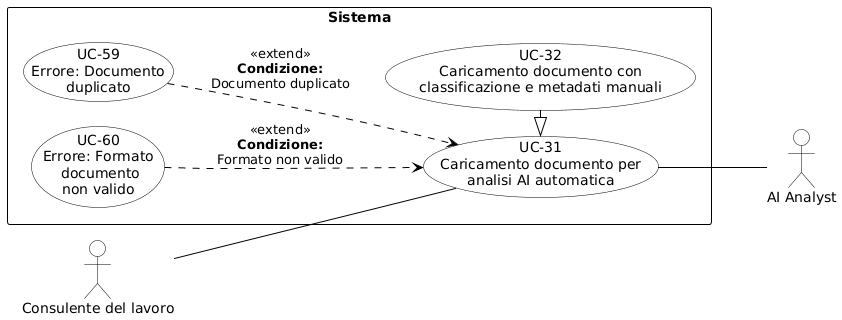
Before: RTB/Analisi dei Requisiti/diagrammi_use_case/UC-31.png, a diagram exported from PlantUML (aLittleByte-19/Documentazione).
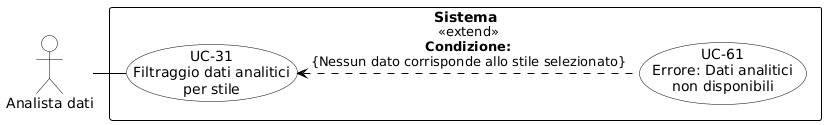
After the change.

The edit, as a diff of the source:
```diff
@@ -1,9 +1,8 @@
 @startuml
 skinparam shadowing false
 skinparam defaultFontName Arial
-left to right direction
 skinparam nodesep 25
-skinparam ranksep 70
+skinparam ranksep 40
 
 skinparam usecase {
     BackgroundColor white
@@ -19,22 +18,14 @@
     FontStyle bold
 }
 
-actor "Consulente del lavoro" as CL
-actor "AI Analyst" as AI
+actor "Analista dati" as analista
 
 rectangle "Sistema" {
-    usecase "UC-31\nCaricamento documento per\nanalisi AI automatica" as UC31
-    usecase "UC-32\nCaricamento documento con\nclassificazione e metadati manuali" as UC32
+    usecase "UC-31\nFiltraggio dati analitici\nper stile" as UC31
+    usecase "UC-61\nErrore: Dati analitici\nnon disponibili" as UC61
 
-    usecase "UC-59\nErrore: Documento\nduplicato" as UC59
-    usecase "UC-60\nErrore: Formato\n documento\nnon valido" as UC60
-
-    UC32 -left-|> UC31
-
-    UC59 ..> UC31 : <<extend>>\n**Condizione:**\nDocumento duplicato
-    UC60 ..> UC31 : <<extend>>\n**Condizione:**\nFormato non valido
+    UC61 .left.> UC31 : «extend»\n<b>Condizione:</b>\n{Nessun dato corrisponde allo stile selezionato}
 }
 
-CL -- UC31
-UC31 -- AI
+UC31 -left- analista
 @enduml
```
